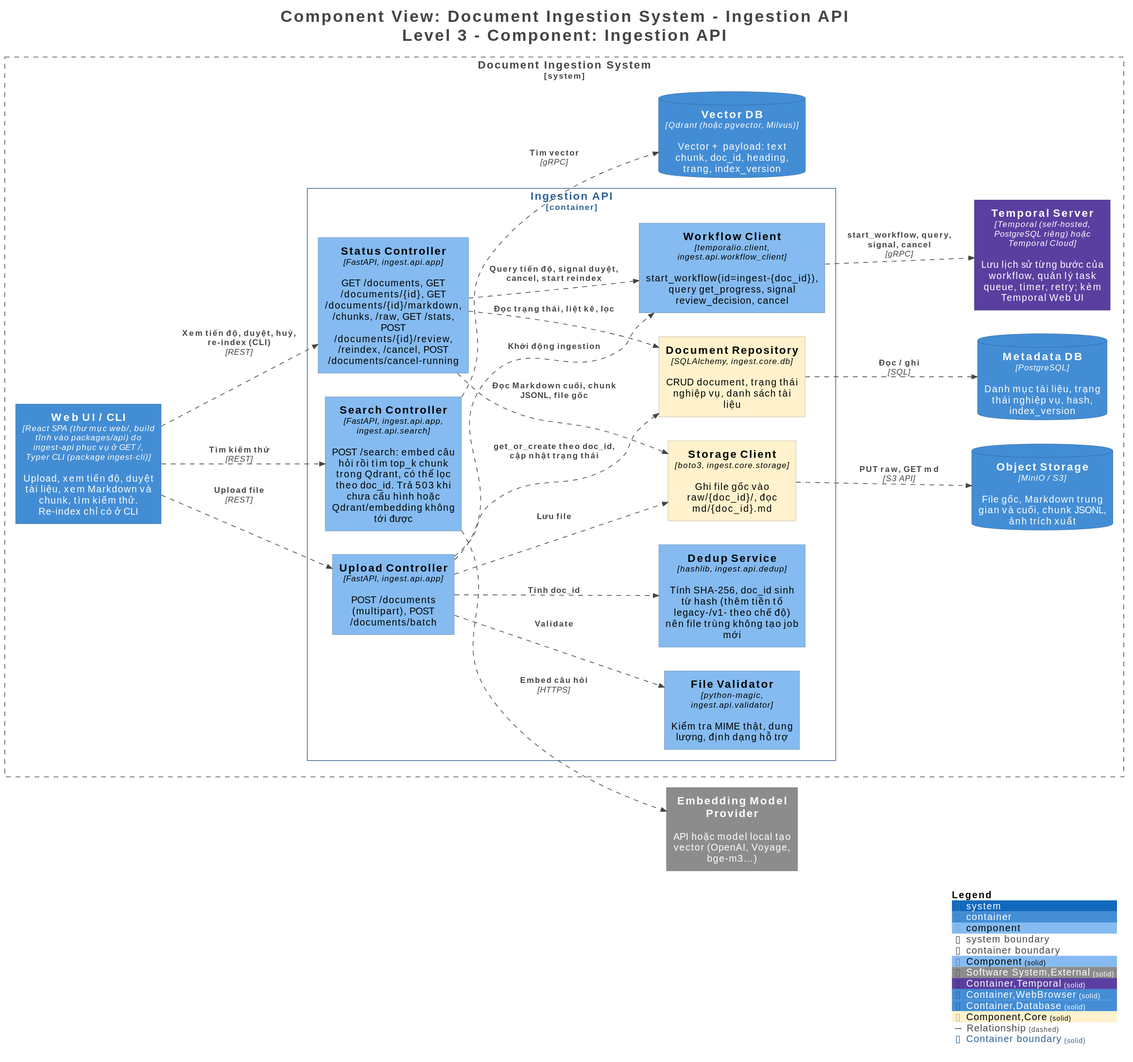
The PlantUML diagram docs/architecture/diagrams/L3-IngestionAPI.svg in duypon2601/mdDocument, before a commit.
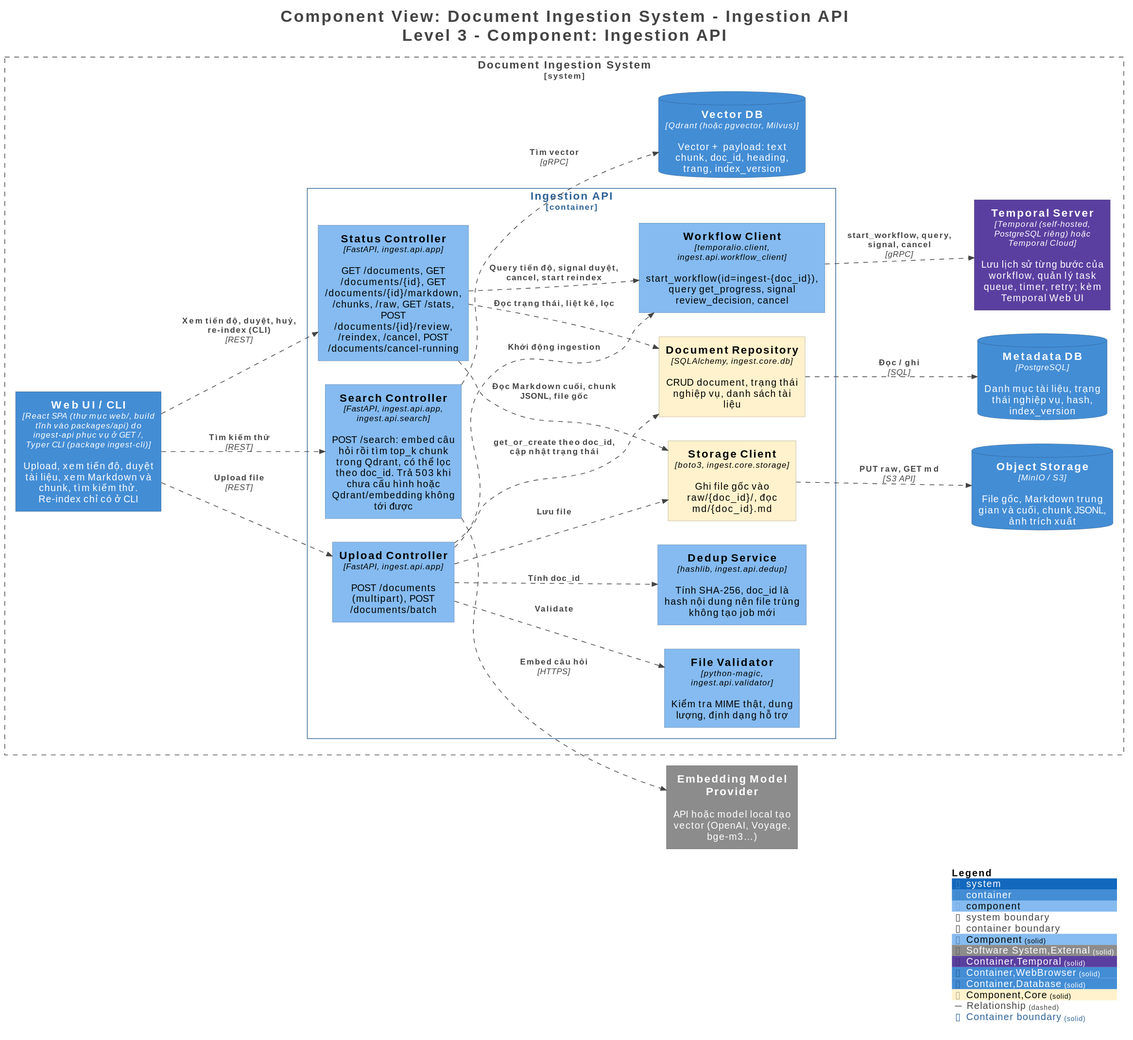
The same diagram one commit later.

Diff of the diagram source:
```diff
@@ -35,7 +35,7 @@
     Component(DocumentIngestionSystem.IngestionAPI.StatusController, "Status Controller", $techn="FastAPI, ingest.api.app", $descr="GET /documents, GET /documents/{id}, GET /documents/{id}/markdown, /chunks, /raw, GET /stats, POST /documents/{id}/review, /reindex, /cancel, POST /documents/cancel-running", $tags="Component", $link="")
     Component(DocumentIngestionSystem.IngestionAPI.SearchController, "Search Controller", $techn="FastAPI, ingest.api.app, ingest.api.search", $descr="POST /search: embed câu hỏi rồi tìm top_k chunk trong Qdrant, có thể lọc theo doc_id. Trả 503 khi chưa cấu hình hoặc Qdrant/embedding không tới được", $tags="Component", $link="")
     Component(DocumentIngestionSystem.IngestionAPI.FileValidator, "File Validator", $techn="python-magic, ingest.api.validator", $descr="Kiểm tra MIME thật, dung lượng, định dạng hỗ trợ", $tags="Component", $link="")
-    Component(DocumentIngestionSystem.IngestionAPI.DedupService, "Dedup Service", $techn="hashlib, ingest.api.dedup", $descr="Tính SHA-256, doc_id sinh từ hash (thêm tiền tố legacy-/v1- theo chế độ) nên file trùng không tạo job mới", $tags="Component", $link="")
+    Component(DocumentIngestionSystem.IngestionAPI.DedupService, "Dedup Service", $techn="hashlib, ingest.api.dedup", $descr="Tính SHA-256, doc_id là hash nội dung nên file trùng không tạo job mới", $tags="Component", $link="")
     Component(DocumentIngestionSystem.IngestionAPI.StorageClient, "Storage Client", $techn="boto3, ingest.core.storage", $descr="Ghi file gốc vào raw/{doc_id}/, đọc md/{doc_id}.md", $tags="Component,Core", $link="")
     Component(DocumentIngestionSystem.IngestionAPI.DocumentRepository, "Document Repository", $techn="SQLAlchemy, ingest.core.db", $descr="CRUD document, trạng thái nghiệp vụ, danh sách tài liệu", $tags="Component,Core", $link="")
     Component(DocumentIngestionSystem.IngestionAPI.WorkflowClient, "Workflow Client", $techn="temporalio.client, ingest.api.workflow_client", $descr="start_workflow(id=ingest-{doc_id}), query get_progress, signal review_decision, cancel", $tags="Component", $link="")
```
